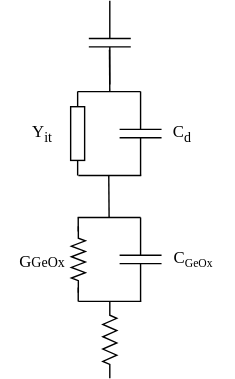
The draw.io diagram Untitled Diagram.drawio.svg in yiyiyan/yiyiyan.github.io, before a commit. Source tidied: cells renumbered, new cells last; positions are measured from the earlier drawing's top-left corner, leaving out a move shared by most shapes.
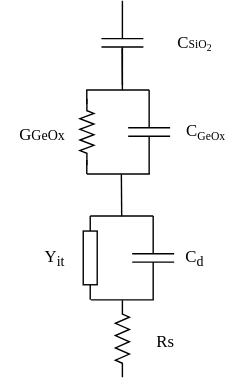
After the change.

Change to the diagram source:
```diff
@@ -6,35 +6,35 @@
       <mxGeometry x="50.5" y="222.5" width="55" height="10" as="geometry" />
     </mxCell>
     <mxCell id="3" style="verticalLabelPosition=bottom;shadow=0;dashed=0;align=center;html=1;verticalAlign=top;shape=mxgraph.electrical.resistors.resistor_1;rotation=-90;" parent="1" vertex="1">
-      <mxGeometry x="25" y="75" width="60" height="10" as="geometry" />
+      <mxGeometry x="25" y="164.8" width="60" height="10" as="geometry" />
     </mxCell>
     <mxCell id="4" style="verticalLabelPosition=bottom;shadow=0;dashed=0;align=center;html=1;verticalAlign=top;shape=mxgraph.electrical.capacitors.capacitor_1;rotation=-90;" parent="1" vertex="1">
-      <mxGeometry x="70" y="65" width="60" height="30" as="geometry" />
+      <mxGeometry x="70" y="154.8" width="60" height="30" as="geometry" />
     </mxCell>
     <mxCell id="5" style="endArrow=none;html=1;rounded=0;exitX=1;exitY=0.5;exitDx=0;exitDy=0;exitPerimeter=0;" parent="1" edge="1" source="3">
       <mxGeometry relative="1" as="geometry">
-        <mxPoint x="100" y="50" as="targetPoint" />
+        <mxPoint x="100" y="139.8" as="targetPoint" />
       </mxGeometry>
     </mxCell>
     <mxCell id="6" style="endArrow=none;html=1;rounded=0;exitX=1;exitY=0.5;exitDx=0;exitDy=0;exitPerimeter=0;" parent="1" edge="1">
       <mxGeometry relative="1" as="geometry">
-        <mxPoint x="55.5" y="110" as="sourcePoint" />
-        <mxPoint x="100.5" y="110" as="targetPoint" />
+        <mxPoint x="55.5" y="199.8" as="sourcePoint" />
+        <mxPoint x="100.5" y="199.8" as="targetPoint" />
       </mxGeometry>
     </mxCell>
     <mxCell id="7" style="verticalLabelPosition=bottom;shadow=0;dashed=0;align=center;html=1;verticalAlign=top;shape=mxgraph.electrical.capacitors.capacitor_1;rotation=-90;" parent="1" vertex="1">
-      <mxGeometry x="70" y="155" width="60" height="30" as="geometry" />
+      <mxGeometry x="67.1" y="64.8" width="60" height="30" as="geometry" />
     </mxCell>
     <mxCell id="8" style="endArrow=none;html=1;rounded=0;exitX=1;exitY=0.5;exitDx=0;exitDy=0;exitPerimeter=0;" parent="1" edge="1">
       <mxGeometry relative="1" as="geometry">
-        <mxPoint x="55" y="140" as="sourcePoint" />
-        <mxPoint x="100" y="140" as="targetPoint" />
+        <mxPoint x="52.1" y="49.8" as="sourcePoint" />
+        <mxPoint x="97.1" y="49.8" as="targetPoint" />
       </mxGeometry>
     </mxCell>
     <mxCell id="9" style="endArrow=none;html=1;rounded=0;exitX=1;exitY=0.5;exitDx=0;exitDy=0;exitPerimeter=0;" parent="1" edge="1">
       <mxGeometry relative="1" as="geometry">
-        <mxPoint x="55.5" y="200" as="sourcePoint" />
-        <mxPoint x="100.5" y="200" as="targetPoint" />
+        <mxPoint x="52.6" y="109.8" as="sourcePoint" />
+        <mxPoint x="97.6" y="109.8" as="targetPoint" />
       </mxGeometry>
     </mxCell>
     <mxCell id="10" style="endArrow=none;html=1;rounded=0;" parent="1" edge="1">
@@ -50,34 +50,40 @@
       </mxGeometry>
     </mxCell>
     <mxCell id="12" style="verticalLabelPosition=bottom;shadow=0;dashed=0;align=center;html=1;verticalAlign=top;shape=mxgraph.electrical.capacitors.capacitor_1;rotation=-90;" parent="1" vertex="1">
-      <mxGeometry x="48" width="60" height="30" as="geometry" />
+      <mxGeometry x="48" y="1" width="60" height="30" as="geometry" />
     </mxCell>
     <mxCell id="13" style="verticalLabelPosition=bottom;shadow=0;dashed=0;align=center;html=1;verticalAlign=top;shape=mxgraph.electrical.resistors.resistor_2;rotation=90;" parent="1" vertex="1">
-      <mxGeometry x="31.8" y="165" width="47.5" height="10" as="geometry" />
+      <mxGeometry x="28.9" y="74.8" width="47.5" height="10" as="geometry" />
     </mxCell>
     <mxCell id="14" style="endArrow=none;html=1;rounded=0;" parent="1" edge="1">
       <mxGeometry relative="1" as="geometry">
-        <mxPoint x="55.4" y="200" as="sourcePoint" />
-        <mxPoint x="55.4" y="190" as="targetPoint" />
+        <mxPoint x="52.5" y="109.8" as="sourcePoint" />
+        <mxPoint x="52.5" y="99.8" as="targetPoint" />
       </mxGeometry>
     </mxCell>
     <mxCell id="15" style="endArrow=none;html=1;rounded=0;" parent="1" edge="1">
       <mxGeometry relative="1" as="geometry">
-        <mxPoint x="55.4" y="150" as="sourcePoint" />
-        <mxPoint x="55.4" y="140" as="targetPoint" />
+        <mxPoint x="52.5" y="59.8" as="sourcePoint" />
+        <mxPoint x="52.5" y="49.8" as="targetPoint" />
       </mxGeometry>
     </mxCell>
     <mxCell id="16" value="Y&lt;sub&gt;it&lt;/sub&gt;" style="text;html=1;align=center;verticalAlign=middle;whiteSpace=wrap;rounded=0;fontFamily=Times New Roman;" parent="1" vertex="1">
-      <mxGeometry y="65" width="60" height="30" as="geometry" />
+      <mxGeometry y="154.8" width="60" height="30" as="geometry" />
     </mxCell>
     <mxCell id="17" value="C&lt;sub&gt;d&lt;/sub&gt;" style="text;html=1;align=center;verticalAlign=middle;whiteSpace=wrap;rounded=0;fontFamily=Times New Roman;" parent="1" vertex="1">
-      <mxGeometry x="100" y="65" width="60" height="30" as="geometry" />
+      <mxGeometry x="100" y="154.8" width="60" height="30" as="geometry" />
     </mxCell>
     <mxCell id="18" value="C&lt;span style=&quot;font-size: 10px;&quot;&gt;&lt;sub&gt;GeOx&lt;/sub&gt;&lt;/span&gt;" style="text;html=1;align=center;verticalAlign=middle;whiteSpace=wrap;rounded=0;fontFamily=Times New Roman;" parent="1" vertex="1">
-      <mxGeometry x="108" y="155" width="60" height="30" as="geometry" />
+      <mxGeometry x="108" y="64.8" width="60" height="30" as="geometry" />
     </mxCell>
     <mxCell id="19" value="&lt;sub style=&quot;&quot;&gt;&lt;span style=&quot;font-size: 12px;&quot;&gt;G&lt;/span&gt;GeOx&lt;/sub&gt;" style="text;html=1;align=center;verticalAlign=middle;whiteSpace=wrap;rounded=0;fontFamily=Times New Roman;" parent="1" vertex="1">
-      <mxGeometry y="155" width="60" height="30" as="geometry" />
+      <mxGeometry x="-9.5" y="64.8" width="60" height="30" as="geometry" />
     </mxCell>
+    <mxCell id="20" value="&lt;sub style=&quot;&quot;&gt;&lt;span style=&quot;font-size: 12px;&quot;&gt;Rs&lt;/span&gt;&lt;/sub&gt;" style="text;html=1;align=center;verticalAlign=middle;whiteSpace=wrap;rounded=0;fontFamily=Times New Roman;" parent="1" vertex="1">
+      <mxGeometry x="79.2" y="212.5" width="60" height="30" as="geometry" />
+    </mxCell>
+    <mxCell id="21" value="C&lt;span style=&quot;font-size: 8.33333px;&quot;&gt;SiO&lt;sub&gt;2&lt;/sub&gt;&lt;/span&gt;" style="text;html=1;align=center;verticalAlign=middle;whiteSpace=wrap;rounded=0;fontFamily=Times New Roman;" parent="1" vertex="1">
+      <mxGeometry x="100" y="1" width="60" height="30" as="geometry" />
+    </mxCell>
   </root>
 </mxGraphModel>
```
